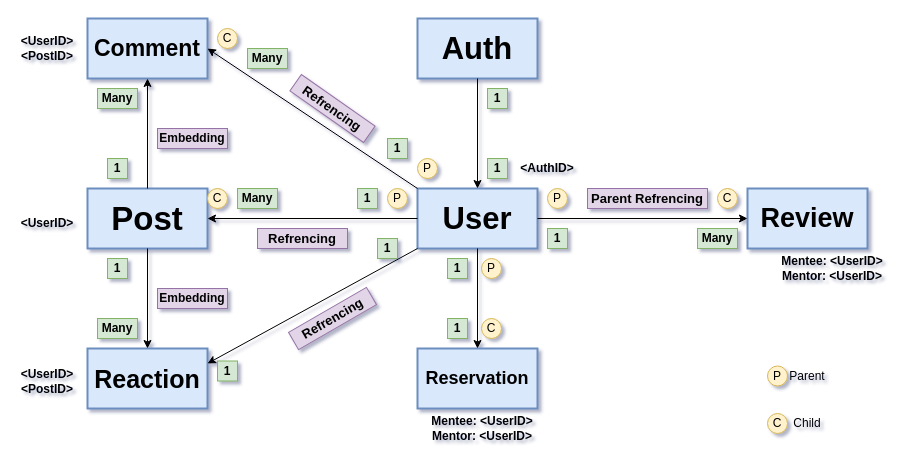
alyQamar/buslah keeps this draw.io diagram as server/src/shared/services/db/DB Collections and relationships.drawio. Above is the earlier version. Source tidied: cells renumbered, new cells numbered last; positions are measured from the earlier drawing's top-left corner, leaving out a move shared by most shapes. Both pictures are drawn from the tidied source at 100%, with x=0, y=0 at pixel (17, 18).
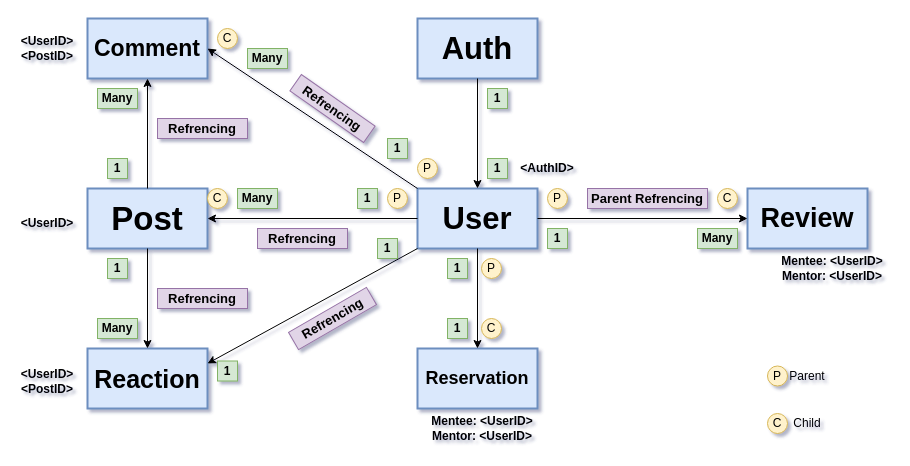
The same diagram, later.

Commit message:
improved DB architecture

The edit, as a diff of the source:
```diff
@@
-    <mxCell id="46" value="Embedding" style="text;html=1;strokeColor=#9673a6;fillColor=#e1d5e7;align=center;verticalAlign=middle;whiteSpace=wrap;rounded=0;fontStyle=1;" parent="1" vertex="1">
-      <mxGeometry x="140" y="110" width="70" height="20" as="geometry" />
-    </mxCell>
-    <mxCell id="47" value="Embedding" style="text;html=1;strokeColor=#9673a6;fillColor=#e1d5e7;align=center;verticalAlign=middle;whiteSpace=wrap;rounded=0;fontStyle=1;" parent="1" vertex="1">
-      <mxGeometry x="140" y="270" width="70" height="20" as="geometry" />
-    </mxCell>
@@
+    <mxCell id="57" value="Refrencing" style="text;html=1;align=center;verticalAlign=middle;whiteSpace=wrap;rounded=0;fontSize=13;fontStyle=1;fillColor=#e1d5e7;strokeColor=#9673a6;rotation=0;" parent="1" vertex="1">
+      <mxGeometry x="140" y="270" width="90" height="20" as="geometry" />
+    </mxCell>
+    <mxCell id="58" value="Refrencing" style="text;html=1;align=center;verticalAlign=middle;whiteSpace=wrap;rounded=0;fontSize=13;fontStyle=1;fillColor=#e1d5e7;strokeColor=#9673a6;rotation=0;" parent="1" vertex="1">
+      <mxGeometry x="140" y="100" width="90" height="20" as="geometry" />
+    </mxCell>
```
